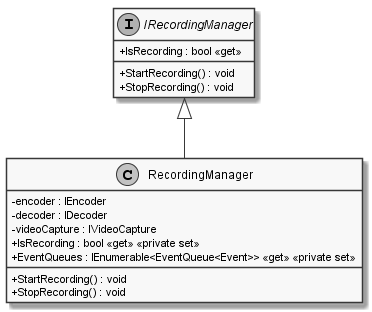
Earlier version of the PlantUML export documents/sd/resources/Classes/Core/MORR/RecordingManager.png (insightmind/MORR).
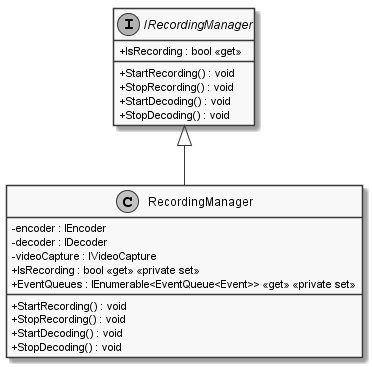
The same file after the commit.

The edit, as a diff of the source:
```diff
@@ -10,12 +10,16 @@
     + EventQueues : IEnumerable<EventQueue<Event>> <<get>> <<private set>>
     + StartRecording() : void
     + StopRecording() : void
+    + StartDecoding() : void
+    + StopDecoding() : void
 }
 
 interface IRecordingManager {
     + IsRecording : bool <<get>>
     + StartRecording() : void
     + StopRecording() : void
+    + StartDecoding() : void
+    + StopDecoding() : void
 }
 
 IRecordingManager <|-- RecordingManager
```
